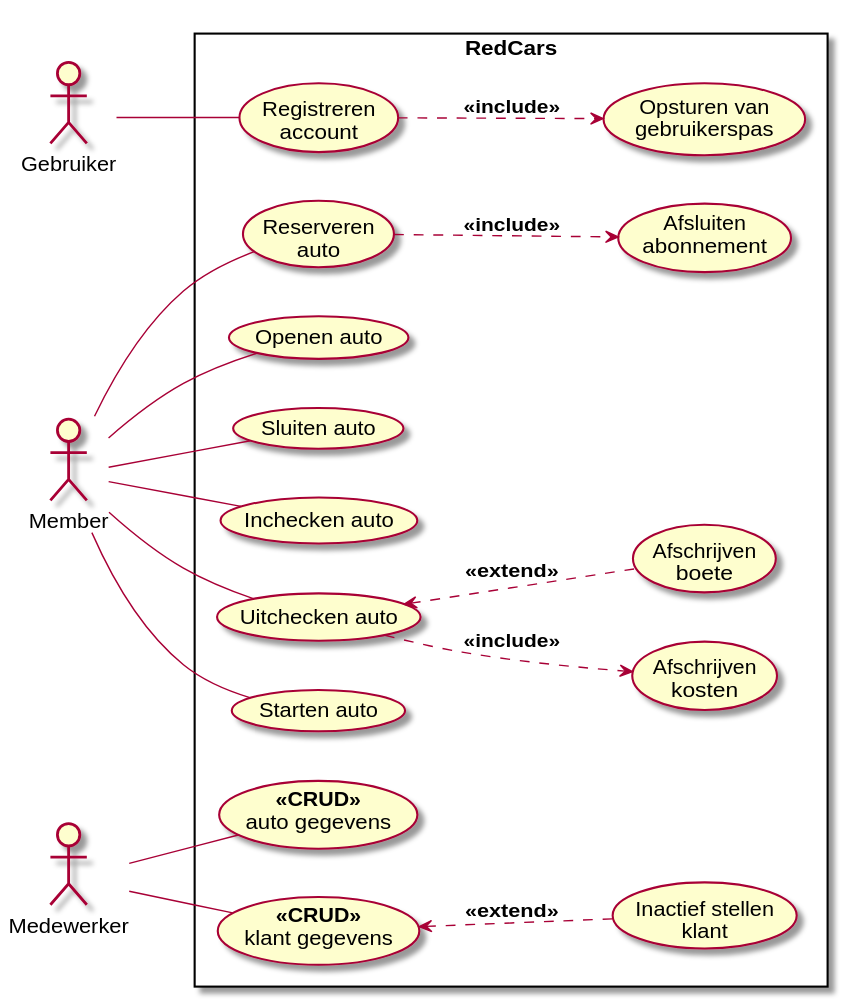
LukevLuijn/osm_mo_casus keeps this PlantUML diagram as diagrams/export/use_case/use_case_diagram.svg. Above is the earlier version.
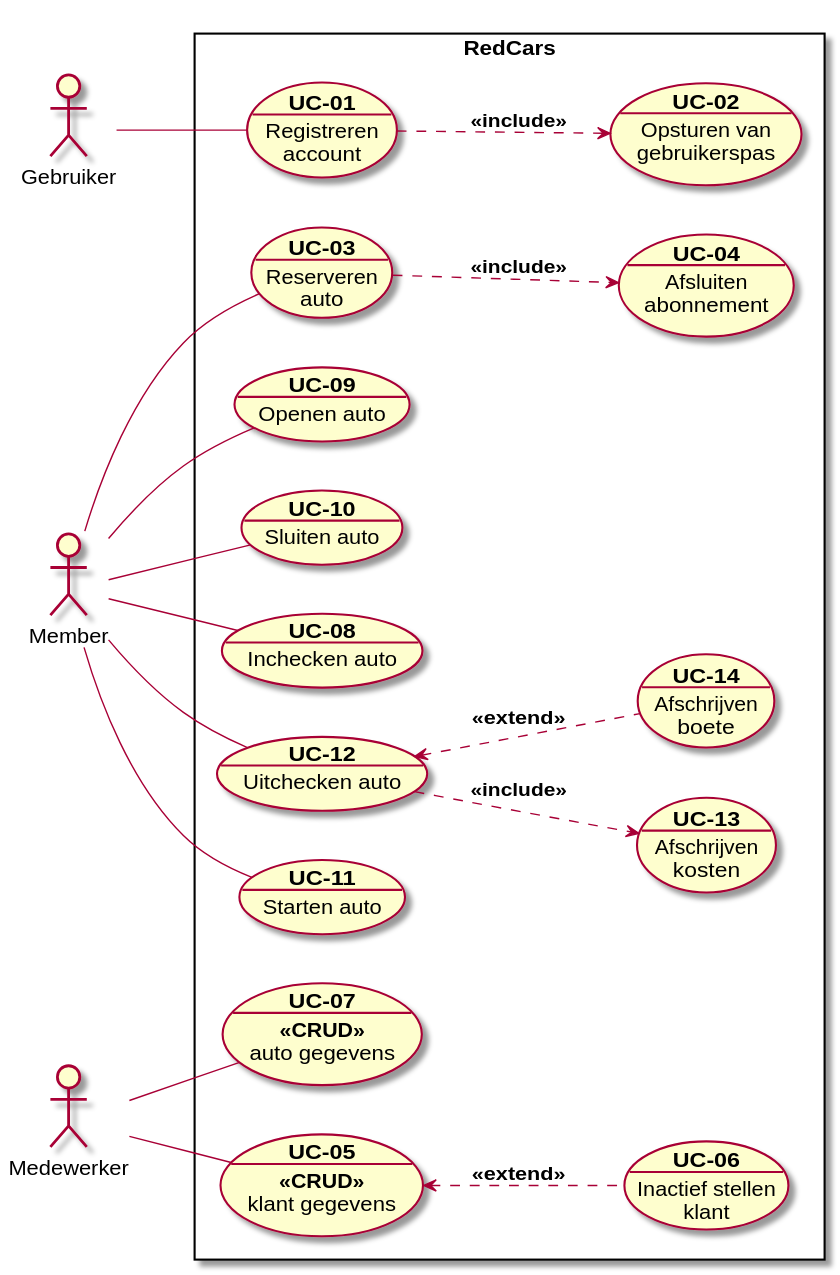
The same file after the commit.

Commit message:
[osmm] diagram updates

Change to the diagram source:
```diff
@@ -2,30 +2,59 @@
 
 left to right direction
 
+
 rectangle SystemBoundery as "RedCars"{
-    usecase accountRegisteren       as "Registreren\naccount"
-    usecase opsturenGebruikerspas   as "Opsturen van\ngebruikerspas"
-    usecase autoReserveren          as "Reserveren\nauto"
-    usecase abonnementAfsluiten     as "Afsluiten\nabonnement"
+    usecase accountRegisteren       as "**UC-01**
+    __
+    Registreren\naccount"
+    usecase opsturenGebruikerspas   as "**UC-02**
+    __
+    Opsturen van\ngebruikerspas"
+    usecase autoReserveren          as "**UC-03**
+    __
+    Reserveren\nauto"
+    usecase abonnementAfsluiten     as "**UC-04**
+    __
+    Afsluiten\nabonnement"
 
     accountRegisteren   .down.> opsturenGebruikerspas : **<<include>>**
     autoReserveren      .down.> abonnementAfsluiten : **<<include>>**
 
-    usecase autoOpenen      as "Openen auto"
-    usecase autoSluiten     as "Sluiten auto"
-    usecase autoInchecken   as "Inchecken auto"
-    usecase autoUitchecken  as "Uitchecken auto"
-    usecase autoStarten     as "Starten auto"
+    usecase autoOpenen      as "**UC-09**
+    __
+    Openen auto"
+    usecase autoSluiten     as "**UC-10**
+    __
+    Sluiten auto"
+    usecase autoInchecken   as "**UC-08**
+    __
+    Inchecken auto"
+    usecase autoUitchecken  as "**UC-12**
+    __
+    Uitchecken auto"
+    usecase autoStarten     as "**UC-11**
+    __
+    Starten auto"
 
-    usecase afschrijvenKosten as "Afschrijven\nkosten"
-    usecase afschrijvenBoete  as "Afschrijven\nboete"
+    usecase afschrijvenKosten as "**UC-13**
+    __
+    Afschrijven\nkosten"
+    usecase afschrijvenBoete  as "**UC-14**
+    __
+    Afschrijven\nboete"
 
     autoUitchecken ..> afschrijvenKosten    : **<<include>>**
     autoUitchecken <.. afschrijvenBoete     : **<<extend>>**
 
-    usecase beherenAutoGegevens     as "**<<CRUD>>**\nauto gegevens"
-    usecase beherenKlantGegevens    as "**<<CRUD>>**\nklant gegevens"
-    usecase klantInactief           as "Inactief stellen\nklant"
+    usecase beherenAutoGegevens     as "**UC-07**
+    __
+    **<<CRUD>>**\nauto gegevens"
+    usecase beherenKlantGegevens    as "**UC-05**
+    __
+    **<<CRUD>>**\nklant gegevens"
+    usecase klantInactief           as "**UC-06**
+    __
+    Inactief stellen\nklant"
 
     beherenKlantGegevens <.. klantInactief : **<<extend>>**
 }
```
